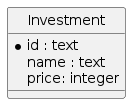
Before: public/imgs/package/supabase-api/database.png, a diagram exported from PlantUML (ifpb/ls).
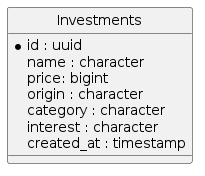
The same file after the commit.

Change to the diagram source:
```diff
@@ -3,9 +3,13 @@
 skinparam linetype ortho
 skinparam monochrome true
 
-entity "Investment" as investiment {
-  *id : text
-  name : text
-  price: integer
+entity "Investments" as investiments {
+  *id : uuid
+  name : character
+  price: bigint
+  origin : character
+  category : character
+  interest : character
+  created_at : timestamp
 }
 @enduml
```
